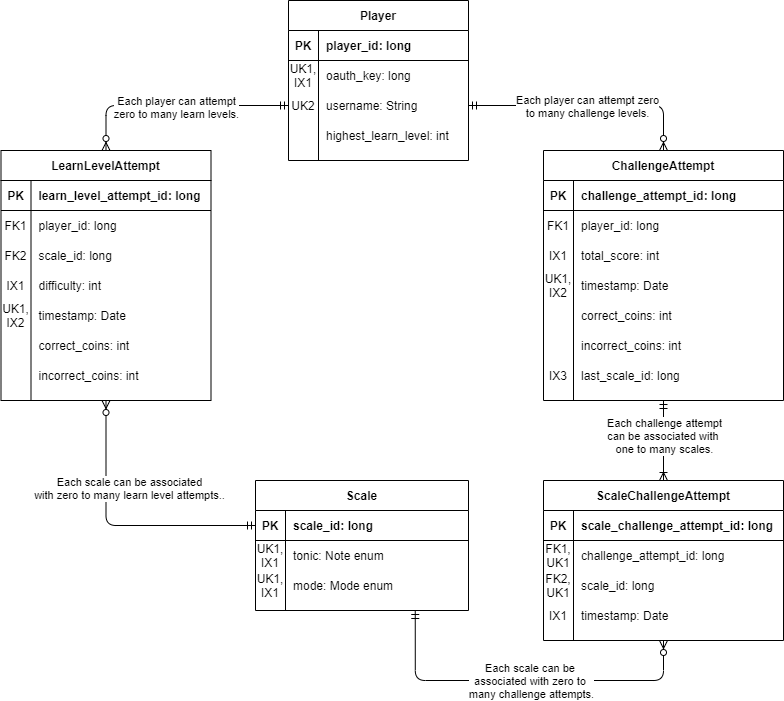
The draw.io diagram docs/img/erd.png in lsteiner9/ScaleScroller, before a commit. Source tidied: cells renumbered, new cells last; positions are measured from the earlier drawing's top-left corner, leaving out a move shared by most shapes.
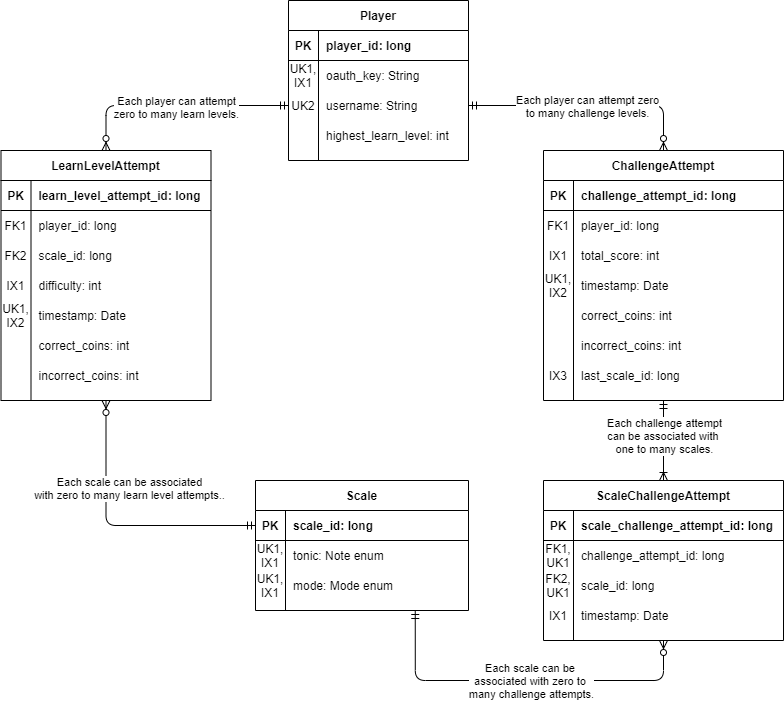
After the change.

Diff of the diagram source:
```diff
@@ -202,7 +202,7 @@
     <mxCell id="62" value="UK1,&#10;IX1" style="shape=partialRectangle;fillColor=none;top=0;left=0;bottom=0;right=0;overflow=hidden;" parent="61" vertex="1">
       <mxGeometry width="30" height="30" as="geometry" />
     </mxCell>
-    <mxCell id="63" value="oauth_key: long" style="shape=partialRectangle;fillColor=none;top=0;left=0;bottom=0;right=0;align=left;spacingLeft=6;overflow=hidden;" parent="61" vertex="1">
+    <mxCell id="63" value="oauth_key: String" style="shape=partialRectangle;fillColor=none;top=0;left=0;bottom=0;right=0;align=left;spacingLeft=6;overflow=hidden;" parent="61" vertex="1">
       <mxGeometry x="30" width="150" height="30" as="geometry" />
     </mxCell>
     <mxCell id="64" style="shape=partialRectangle;fillColor=none;top=0;left=0;bottom=0;right=0;points=[[0,0.5],[1,0.5]];portConstraint=eastwest;" parent="57" vertex="1">
```
